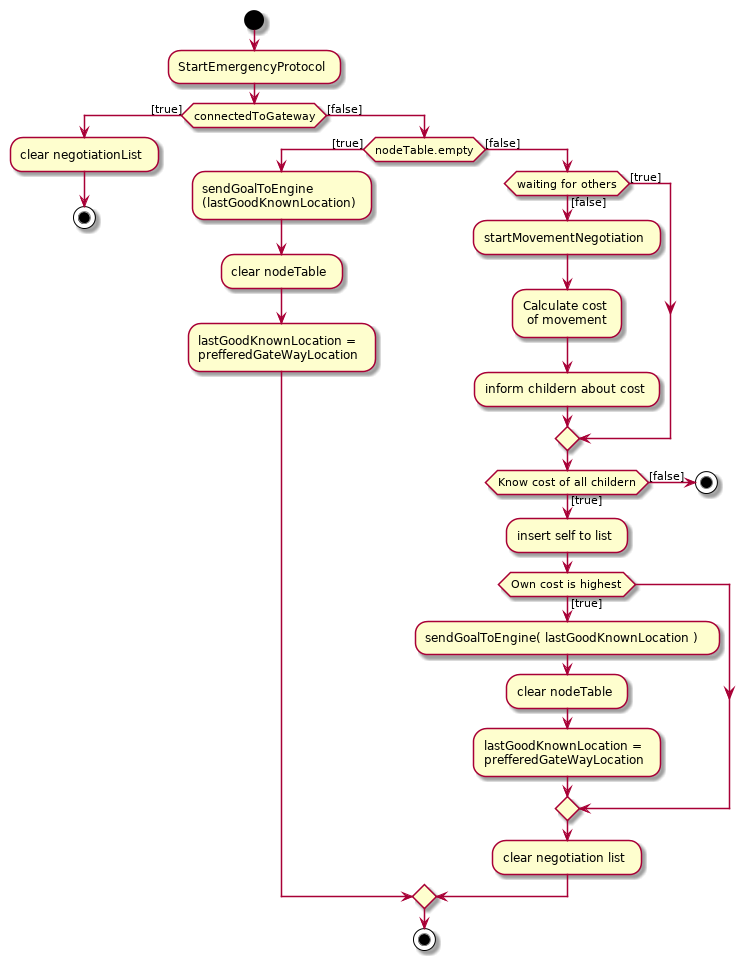
Before: Docs/DesignDocumenten/UML/out/Communication/activity/EmergencyProtocol/EmergencyProtocol.png, a diagram exported from PlantUML (mauriceberentsen/Automated-Drone-Distribution-Network).
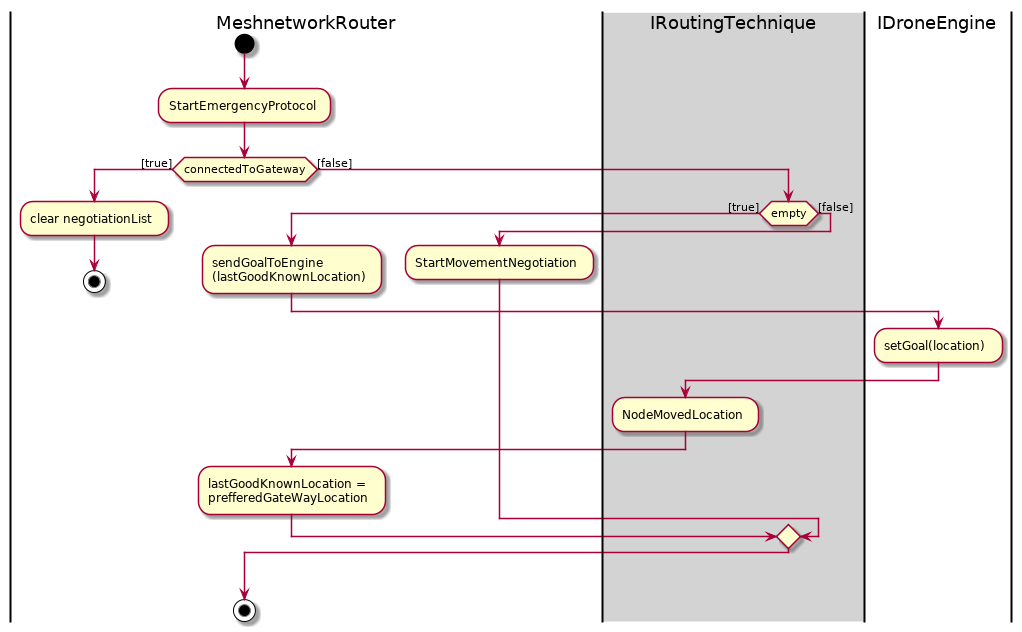
The same diagram one commit later.

Change to the diagram source:
```diff
@@ -1,33 +1,24 @@
 @startuml
 
-
+|MeshnetworkRouter|
 start
 :StartEmergencyProtocol;
 if (connectedToGateway) then ([true])
 	:clear negotiationList;
     stop
 else ([false])
-	if(nodeTable.empty) then ([true])
+|#lightgray|IRoutingTechnique|
+	if(empty) then ([true])
+|MeshnetworkRouter|
     	:sendGoalToEngine\n(lastGoodKnownLocation);
-       	:clear nodeTable;
+		|IDroneEngine|
+		:setGoal(location);
+		|IRoutingTechnique|
+		:NodeMovedLocation;
+		|MeshnetworkRouter|
 		:lastGoodKnownLocation = \nprefferedGateWayLocation;
     else ([false])
-    	if(waiting for others) then ([false])
-			:startMovementNegotiation;
-        	:Calculate cost\n of movement;
-        	:inform childern about cost;
-            else([true])
-            endif
-        	if(Know cost of all childern)  then ([true])
-        		:insert self to list;
-        		if(Own cost is highest) then ([true])
-            		:sendGoalToEngine( lastGoodKnownLocation );
-  					:clear nodeTable;
-					:lastGoodKnownLocation = \nprefferedGateWayLocation;
-				endif
-  			:clear negotiation list;
-            else ([false])
-            stop
+    	:StartMovementNegotiation;
     endif
 endif
 stop
```
